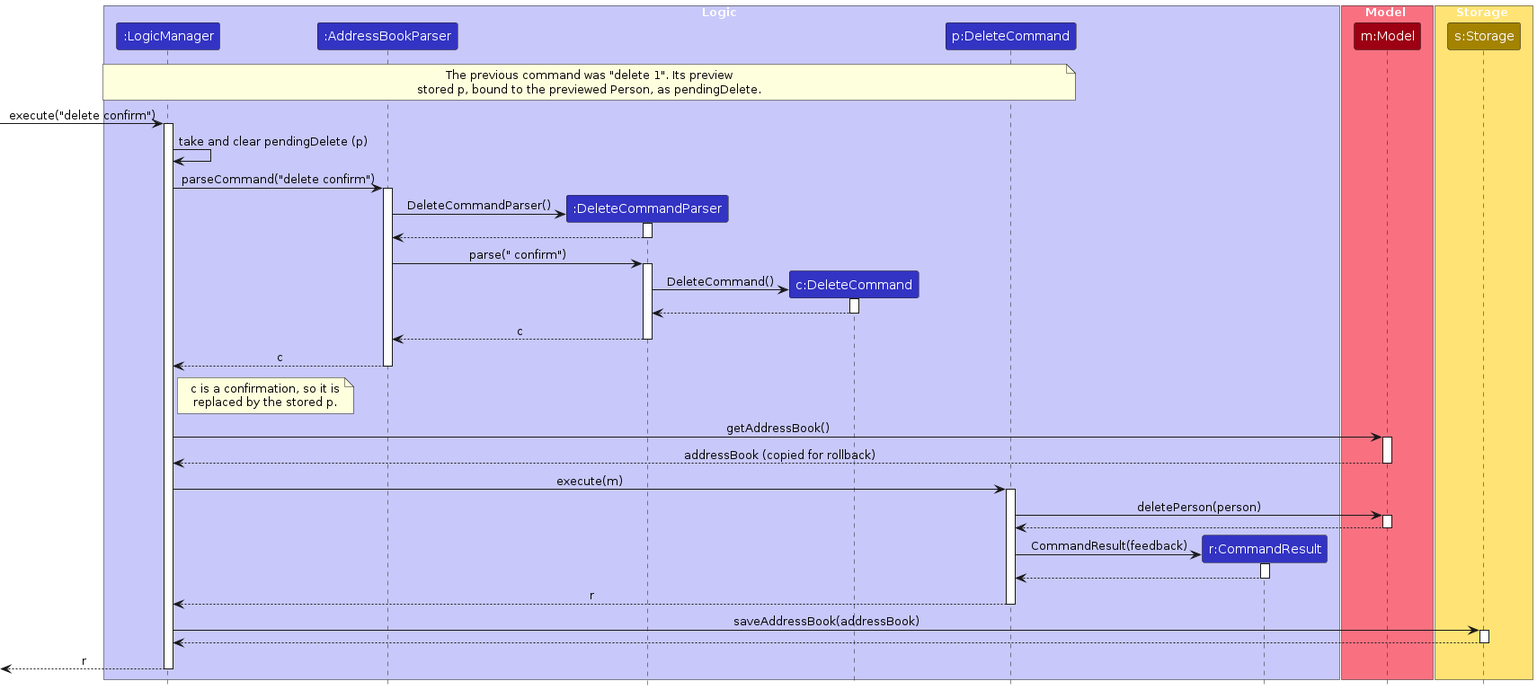
The PlantUML diagram diagrams/DeleteSequenceDiagram.png in AY2627S1-CS2103T-F13-2/tp, before a commit. Its source is kept beside it as diagrams/DeleteSequenceDiagram.puml.
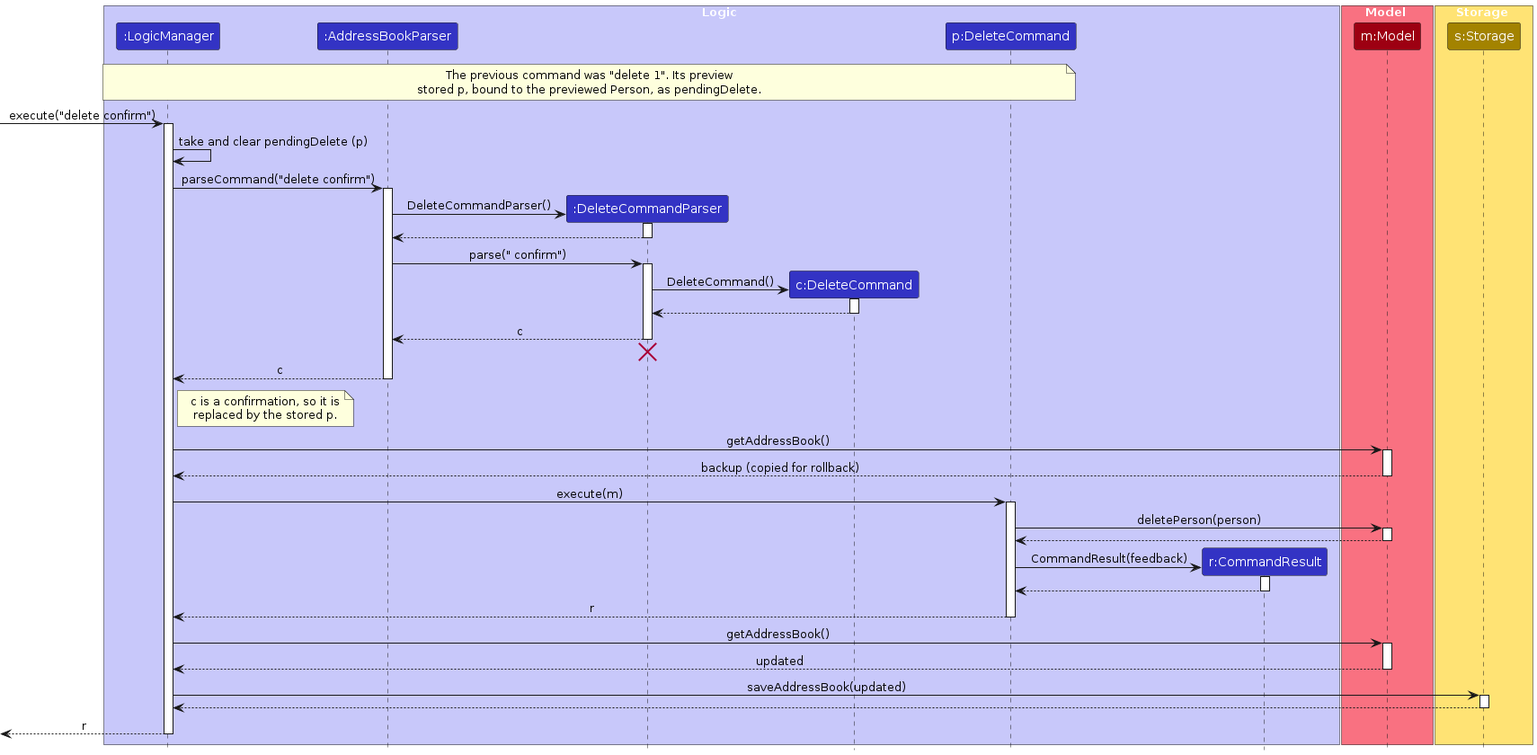
After the commit.

The edit, as a diff of the source:
```diff
@@ -51,6 +51,9 @@
 
 DeleteCommandParser --> AddressBookParser : c
 deactivate DeleteCommandParser
+DeleteCommandParser -[hidden]-> AddressBookParser
+destroy DeleteCommandParser
+
 AddressBookParser --> LogicManager : c
 deactivate AddressBookParser
 
@@ -61,7 +64,7 @@
 
 LogicManager -> Model : getAddressBook()
 activate Model
-Model --> LogicManager : addressBook (copied for rollback)
+Model --> LogicManager : backup (copied for rollback)
 deactivate Model
 
 LogicManager -> Pending : execute(m)
@@ -83,7 +86,12 @@
 Pending --> LogicManager : r
 deactivate Pending
 
-LogicManager -> Storage : saveAddressBook(addressBook)
+LogicManager -> Model : getAddressBook()
+activate Model
+Model --> LogicManager : updated
+deactivate Model
+
+LogicManager -> Storage : saveAddressBook(updated)
 activate Storage
 Storage --> LogicManager
 deactivate Storage
```
